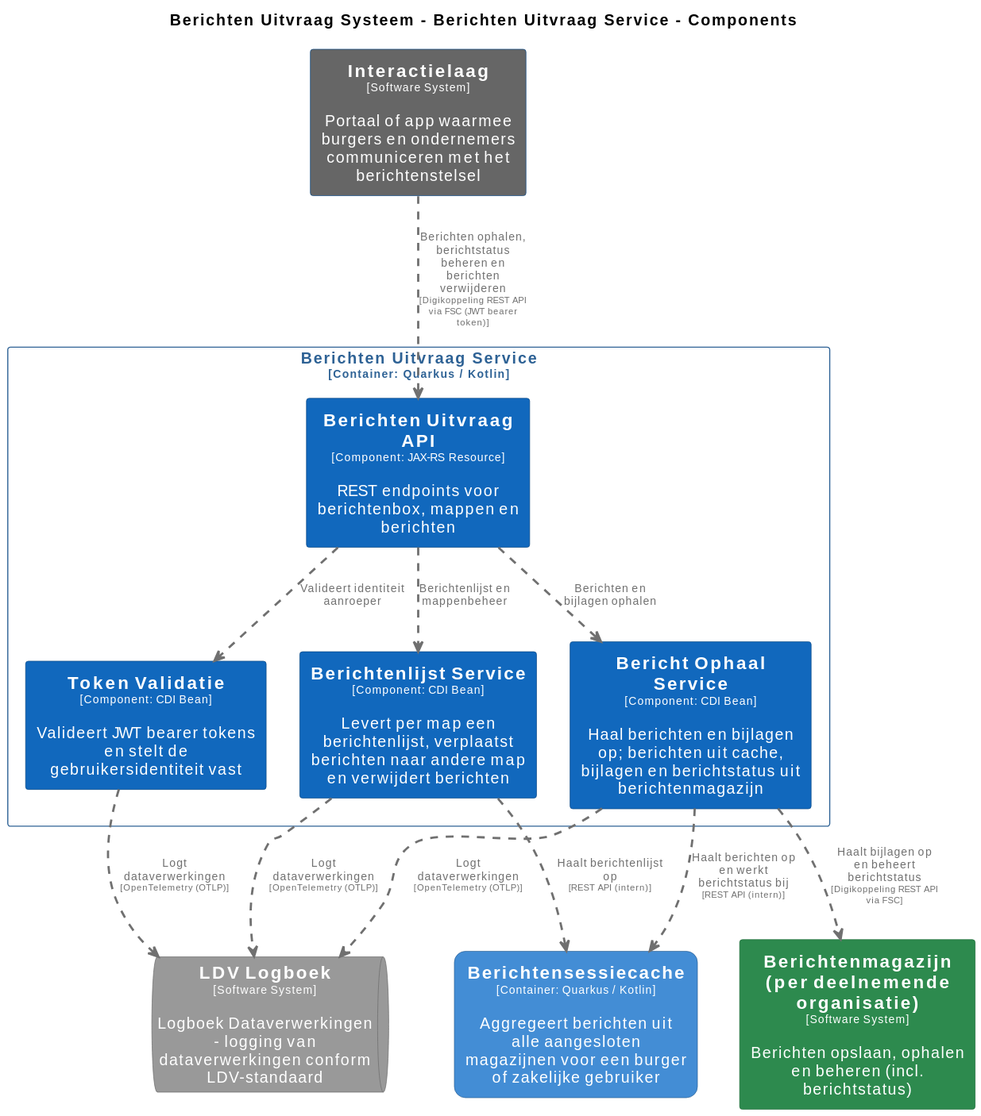
Earlier version of the PlantUML export pr-preview/pr-22/master/svg/BerichtenUitvraagServiceComponenten.svg (MinBZK/moza-poc-fbs-berichtenbox). Its source is kept beside it as pr-preview/pr-22/master/puml/BerichtenUitvraagServiceComponenten.puml.
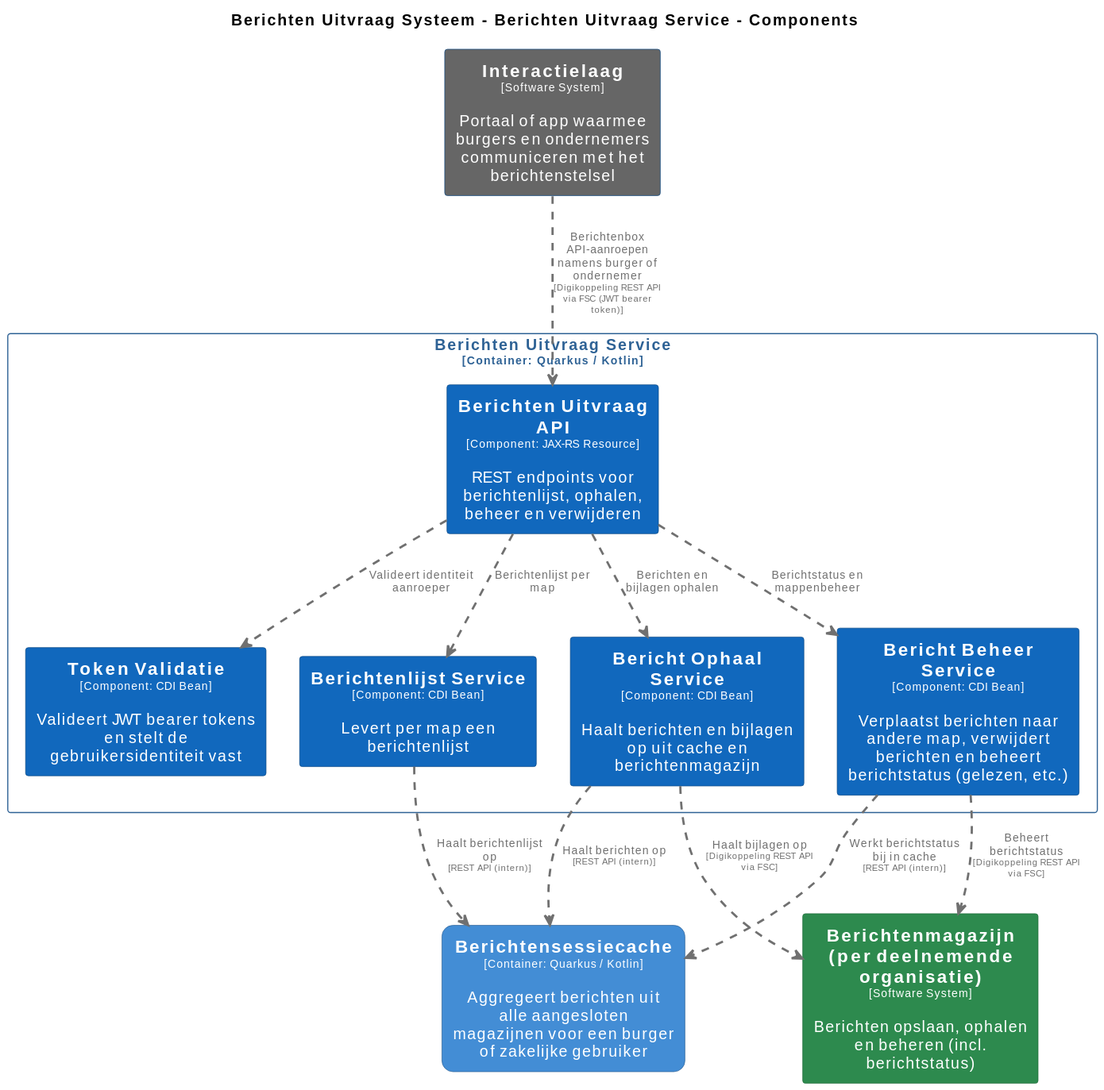
The same file after the commit.

The edit, as a diff of the source:
```diff
@@ -15,6 +15,12 @@
 
 hide stereotype
 
+skinparam rectangle<<BerichtenUitvraagSysteem.BerichtenUitvraagService.BerichtBeheerService>> {
+  BackgroundColor #1168bd
+  FontColor #ffffff
+  BorderColor #0b4884
+  shadowing false
+}
 skinparam rectangle<<BerichtenUitvraagSysteem.BerichtenUitvraagService.BerichtOphaalService>> {
   BackgroundColor #1168bd
   FontColor #ffffff
@@ -52,12 +58,6 @@
   BorderColor #0b4884
   shadowing false
 }
-skinparam queue<<LDVLogboek>> {
-  BackgroundColor #999999
-  FontColor #ffffff
-  BorderColor #6b6b6b
-  shadowing false
-}
 skinparam rectangle<<BerichtenUitvraagSysteem.BerichtenUitvraagService.TokenValidatie>> {
   BackgroundColor #1168bd
   FontColor #ffffff
@@ -73,23 +73,23 @@
 rectangle "==Interactielaag\n<size:10>[Software System]</size>\n\nPortaal of app waarmee burgers en ondernemers communiceren met het berichtenstelsel" <<Interactielaag>> as Interactielaag
 rectangle "==Berichtenmagazijn (per deelnemende organisatie)\n<size:10>[Software System]</size>\n\nBerichten opslaan, ophalen en beheren (incl. berichtstatus)" <<Berichtenmagazijnperdeelnemendeorganisatie>> as Berichtenmagazijnperdeelnemendeorganisatie
 rectangle "==Berichtensessiecache\n<size:10>[Container: Quarkus / Kotlin]</size>\n\nAggregeert berichten uit alle aangesloten magazijnen voor een burger of zakelijke gebruiker" <<BerichtenUitvraagSysteem.Berichtensessiecache>> as BerichtenUitvraagSysteem.Berichtensessiecache
-queue "==LDV Logboek\n<size:10>[Software System]</size>\n\nLogboek Dataverwerkingen - logging van dataverwerkingen conform LDV-standaard" <<LDVLogboek>> as LDVLogboek
 
 rectangle "Berichten Uitvraag Service\n<size:10>[Container: Quarkus / Kotlin]</size>" <<BerichtenUitvraagSysteem.BerichtenUitvraagService>> {
-  rectangle "==Berichten Uitvraag API\n<size:10>[Component: JAX-RS Resource]</size>\n\nREST endpoints voor berichtenbox, mappen en berichten" <<BerichtenUitvraagSysteem.BerichtenUitvraagService.BerichtenUitvraagAPI>> as BerichtenUitvraagSysteem.BerichtenUitvraagService.BerichtenUitvraagAPI
+  rectangle "==Berichten Uitvraag API\n<size:10>[Component: JAX-RS Resource]</size>\n\nREST endpoints voor berichtenlijst, ophalen, beheer en verwijderen" <<BerichtenUitvraagSysteem.BerichtenUitvraagService.BerichtenUitvraagAPI>> as BerichtenUitvraagSysteem.BerichtenUitvraagService.BerichtenUitvraagAPI
   rectangle "==Token Validatie\n<size:10>[Component: CDI Bean]</size>\n\nValideert JWT bearer tokens en stelt de gebruikersidentiteit vast" <<BerichtenUitvraagSysteem.BerichtenUitvraagService.TokenValidatie>> as BerichtenUitvraagSysteem.BerichtenUitvraagService.TokenValidatie
-  rectangle "==Berichtenlijst Service\n<size:10>[Component: CDI Bean]</size>\n\nLevert per map een berichtenlijst, verplaatst berichten naar andere map en verwijdert berichten" <<BerichtenUitvraagSysteem.BerichtenUitvraagService.BerichtenlijstService>> as BerichtenUitvraagSysteem.BerichtenUitvraagService.BerichtenlijstService
-  rectangle "==Bericht Ophaal Service\n<size:10>[Component: CDI Bean]</size>\n\nHaal berichten en bijlagen op; berichten uit cache, bijlagen en berichtstatus uit berichtenmagazijn" <<BerichtenUitvraagSysteem.BerichtenUitvraagService.BerichtOphaalService>> as BerichtenUitvraagSysteem.BerichtenUitvraagService.BerichtOphaalService
+  rectangle "==Berichtenlijst Service\n<size:10>[Component: CDI Bean]</size>\n\nLevert per map een berichtenlijst" <<BerichtenUitvraagSysteem.BerichtenUitvraagService.BerichtenlijstService>> as BerichtenUitvraagSysteem.BerichtenUitvraagService.BerichtenlijstService
+  rectangle "==Bericht Ophaal Service\n<size:10>[Component: CDI Bean]</size>\n\nHaalt berichten en bijlagen op uit cache en berichtenmagazijn" <<BerichtenUitvraagSysteem.BerichtenUitvraagService.BerichtOphaalService>> as BerichtenUitvraagSysteem.BerichtenUitvraagService.BerichtOphaalService
+  rectangle "==Bericht Beheer Service\n<size:10>[Component: CDI Bean]</size>\n\nVerplaatst berichten naar andere map, verwijdert berichten en beheert berichtstatus (gelezen, etc.)" <<BerichtenUitvraagSysteem.BerichtenUitvraagService.BerichtBeheerService>> as BerichtenUitvraagSysteem.BerichtenUitvraagService.BerichtBeheerService
 }
 
-BerichtenUitvraagSysteem.BerichtenUitvraagService.TokenValidatie .[#707070,thickness=2].> LDVLogboek : "<color:#707070>Logt dataverwerkingen\n<color:#707070><size:8>[OpenTelemetry (OTLP)]</size>"
-BerichtenUitvraagSysteem.BerichtenUitvraagService.BerichtenlijstService .[#707070,thickness=2].> LDVLogboek : "<color:#707070>Logt dataverwerkingen\n<color:#707070><size:8>[OpenTelemetry (OTLP)]</size>"
-BerichtenUitvraagSysteem.BerichtenUitvraagService.BerichtOphaalService .[#707070,thickness=2].> LDVLogboek : "<color:#707070>Logt dataverwerkingen\n<color:#707070><size:8>[OpenTelemetry (OTLP)]</size>"
 BerichtenUitvraagSysteem.BerichtenUitvraagService.BerichtenUitvraagAPI .[#707070,thickness=2].> BerichtenUitvraagSysteem.BerichtenUitvraagService.TokenValidatie : "<color:#707070>Valideert identiteit aanroeper"
-BerichtenUitvraagSysteem.BerichtenUitvraagService.BerichtenUitvraagAPI .[#707070,thickness=2].> BerichtenUitvraagSysteem.BerichtenUitvraagService.BerichtenlijstService : "<color:#707070>Berichtenlijst en mappenbeheer"
+BerichtenUitvraagSysteem.BerichtenUitvraagService.BerichtenUitvraagAPI .[#707070,thickness=2].> BerichtenUitvraagSysteem.BerichtenUitvraagService.BerichtenlijstService : "<color:#707070>Berichtenlijst per map"
 BerichtenUitvraagSysteem.BerichtenUitvraagService.BerichtenUitvraagAPI .[#707070,thickness=2].> BerichtenUitvraagSysteem.BerichtenUitvraagService.BerichtOphaalService : "<color:#707070>Berichten en bijlagen ophalen"
-BerichtenUitvraagSysteem.BerichtenUitvraagService.BerichtOphaalService .[#707070,thickness=2].> BerichtenUitvraagSysteem.Berichtensessiecache : "<color:#707070>Haalt berichten op en werkt berichtstatus bij\n<color:#707070><size:8>[REST API (intern)]</size>"
+BerichtenUitvraagSysteem.BerichtenUitvraagService.BerichtenUitvraagAPI .[#707070,thickness=2].> BerichtenUitvraagSysteem.BerichtenUitvraagService.BerichtBeheerService : "<color:#707070>Berichtstatus en mappenbeheer"
+BerichtenUitvraagSysteem.BerichtenUitvraagService.BerichtOphaalService .[#707070,thickness=2].> BerichtenUitvraagSysteem.Berichtensessiecache : "<color:#707070>Haalt berichten op\n<color:#707070><size:8>[REST API (intern)]</size>"
 BerichtenUitvraagSysteem.BerichtenUitvraagService.BerichtenlijstService .[#707070,thickness=2].> BerichtenUitvraagSysteem.Berichtensessiecache : "<color:#707070>Haalt berichtenlijst op\n<color:#707070><size:8>[REST API (intern)]</size>"
-Interactielaag .[#707070,thickness=2].> BerichtenUitvraagSysteem.BerichtenUitvraagService.BerichtenUitvraagAPI : "<color:#707070>Berichten ophalen, berichtstatus beheren en berichten verwijderen\n<color:#707070><size:8>[Digikoppeling REST API via FSC (JWT bearer token)]</size>"
-BerichtenUitvraagSysteem.BerichtenUitvraagService.BerichtOphaalService .[#707070,thickness=2].> Berichtenmagazijnperdeelnemendeorganisatie : "<color:#707070>Haalt bijlagen op en beheert berichtstatus\n<color:#707070><size:8>[Digikoppeling REST API via FSC]</size>"
+BerichtenUitvraagSysteem.BerichtenUitvraagService.BerichtBeheerService .[#707070,thickness=2].> BerichtenUitvraagSysteem.Berichtensessiecache : "<color:#707070>Werkt berichtstatus bij in cache\n<color:#707070><size:8>[REST API (intern)]</size>"
+Interactielaag .[#707070,thickness=2].> BerichtenUitvraagSysteem.BerichtenUitvraagService.BerichtenUitvraagAPI : "<color:#707070>Berichtenbox API-aanroepen namens burger of ondernemer\n<color:#707070><size:8>[Digikoppeling REST API via FSC (JWT bearer token)]</size>"
+BerichtenUitvraagSysteem.BerichtenUitvraagService.BerichtOphaalService .[#707070,thickness=2].> Berichtenmagazijnperdeelnemendeorganisatie : "<color:#707070>Haalt bijlagen op\n<color:#707070><size:8>[Digikoppeling REST API via FSC]</size>"
+BerichtenUitvraagSysteem.BerichtenUitvraagService.BerichtBeheerService .[#707070,thickness=2].> Berichtenmagazijnperdeelnemendeorganisatie : "<color:#707070>Beheert berichtstatus\n<color:#707070><size:8>[Digikoppeling REST API via FSC]</size>"
 @enduml
```
